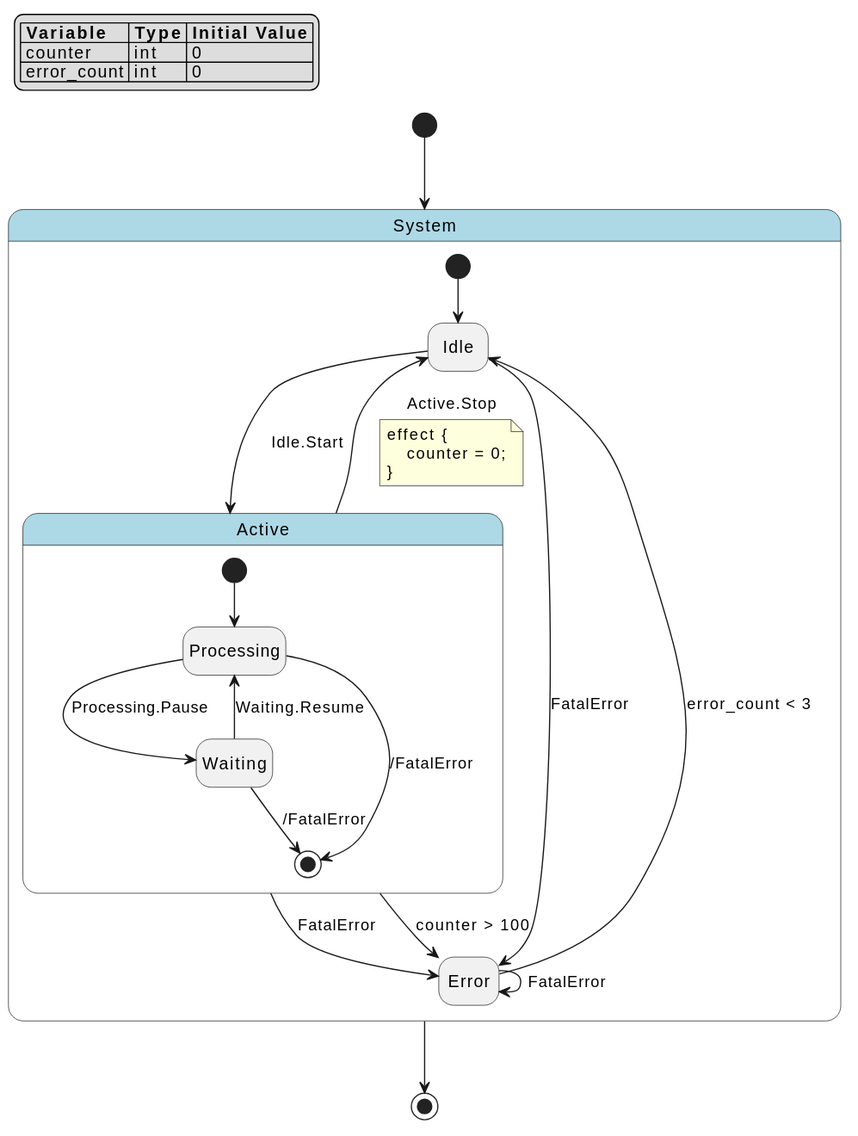
Earlier version of the PlantUML export docs/source/tutorials/visualization/output_lifecycle.puml.svg (HansBug/pyfcstm).
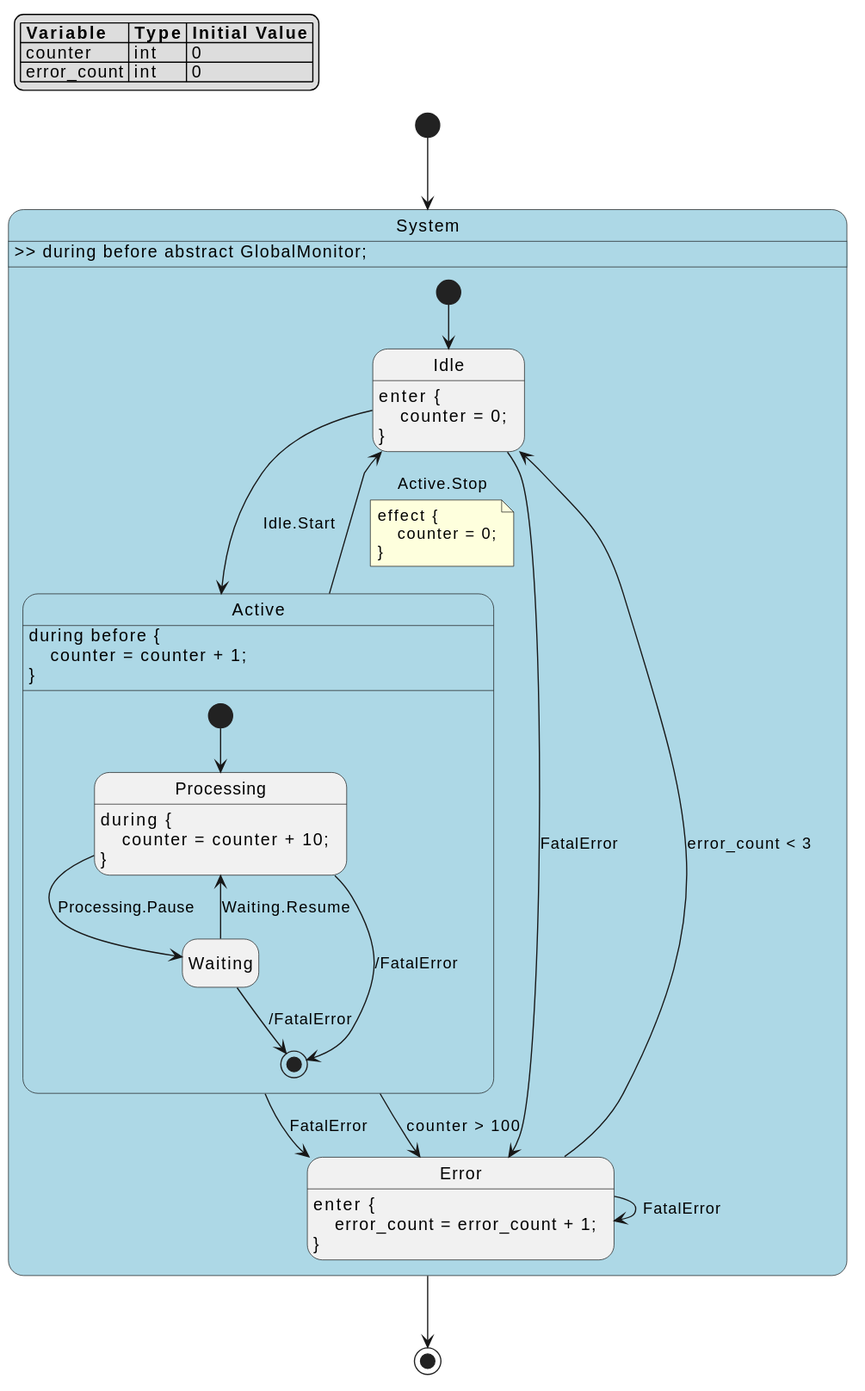
After the commit.

Change to the diagram source:
```diff
@@ -16,8 +16,10 @@
 
 state "System" as system <<composite>> {
     state "Idle" as system__idle
+    system__idle : enter {\n    counter = 0;\n}
     state "Active" as system__active <<composite>> {
         state "Processing" as system__active__processing
+        system__active__processing : during {\n    counter = counter + 10;\n}
         state "Waiting" as system__active__waiting
         system__active__processing --> [*] : /FatalError
         system__active__waiting --> [*] : /FatalError
@@ -25,7 +27,9 @@
         system__active__processing --> system__active__waiting : Processing.Pause
         system__active__waiting --> system__active__processing : Waiting.Resume
     }
+    system__active : during before {\n    counter = counter + 1;\n}
     state "Error" as system__error
+    system__error : enter {\n    error_count = error_count + 1;\n}
     system__idle --> system__error : FatalError
     system__active --> system__error : FatalError
     system__error --> system__error : FatalError
@@ -40,6 +44,7 @@
     system__active --> system__error : counter > 100
     system__error --> system__idle : error_count < 3
 }
+system : >> during before abstract GlobalMonitor;
 [*] --> system
 system --> [*]
 @enduml
```
